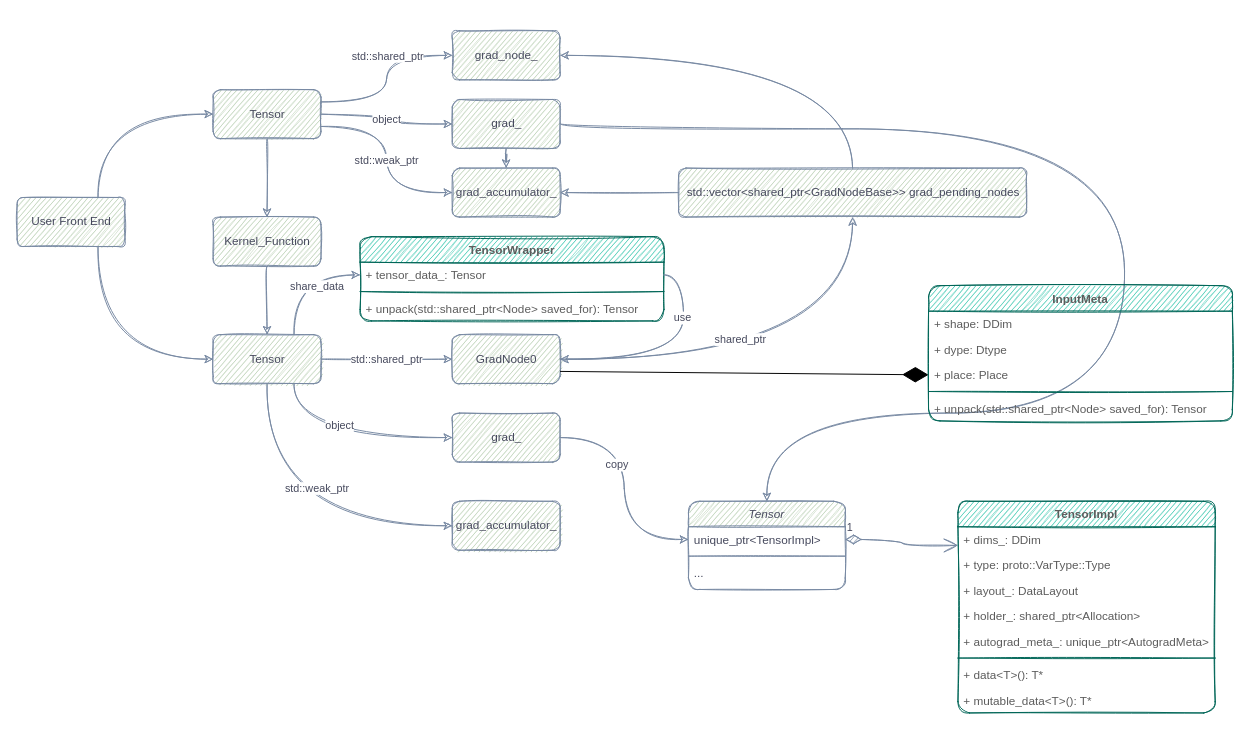
Above: DygraphDepends.drawio in JiabinYang/Doc (draw.io), before the change. Source tidied: cells renumbered, new cells numbered last; positions are measured from the earlier drawing's top-left corner, leaving out a move shared by most shapes. Both pictures are drawn from the tidied source at 98%, with x=0, y=0 at pixel (17, 30).
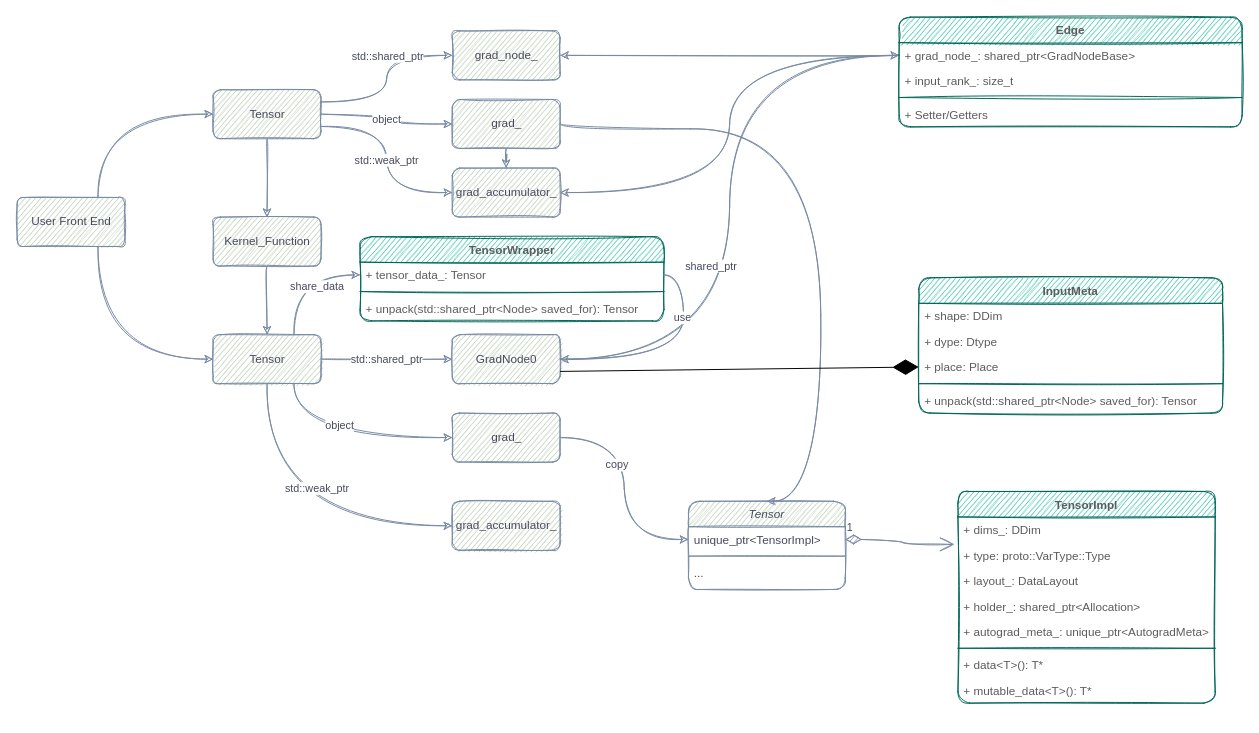
The same diagram, later.

The change refers to these unchanged cells:
```xml
<mxCell id="13" value="GradNode0" style="html=1;rounded=1;sketch=1;fontColor=#46495D;strokeColor=#788AA3;fillColor=#B2C9AB;" parent="1" vertex="1">
  <mxGeometry x="444" y="310" width="110" height="50" as="geometry" />
</mxCell>
<mxCell id="27" value="grad_accumulator_" style="html=1;rounded=1;sketch=1;fontColor=#46495D;strokeColor=#788AA3;fillColor=#B2C9AB;" parent="1" vertex="1">
  <mxGeometry x="444" y="140" width="110" height="50" as="geometry" />
</mxCell>
<mxCell id="29" value="grad_" style="html=1;rounded=1;sketch=1;fontColor=#46495D;strokeColor=#788AA3;fillColor=#B2C9AB;" parent="1" vertex="1">
  <mxGeometry x="444" y="70" width="110" height="50" as="geometry" />
</mxCell>
<mxCell id="30" value="Tensor" style="swimlane;fontStyle=2;align=center;verticalAlign=top;horizontal=1;startSize=26;shadow=0;strokeWidth=1;fillColor=#B2C9AB;strokeColor=#788AA3;fontColor=#46495D;sketch=1;rounded=1;" parent="1" vertex="1">
  <mxGeometry x="685" y="480" width="160" height="90" as="geometry" />
</mxCell>
<mxCell id="31" value="unique_ptr&lt;TensorImpl&gt;" style="text;align=left;verticalAlign=top;spacingLeft=4;spacingRight=4;overflow=hidden;points=[[0,0.5],[1,0.5]];portConstraint=eastwest;shadow=0;html=0;fontColor=#46495D;sketch=1;rounded=1;" parent="30" vertex="1">
  <mxGeometry y="26" width="160" height="26" as="geometry" />
</mxCell>
<mxCell id="42" value="+ type: proto::VarType::Type" style="text;strokeColor=none;fillColor=none;align=left;verticalAlign=top;spacingLeft=4;spacingRight=4;overflow=hidden;points=[[0,0.5],[1,0.5]];portConstraint=eastwest;sketch=1;rounded=1;fontColor=#5C5C5C;" parent="40" vertex="1">
  <mxGeometry y="52" width="262.5" height="26" as="geometry" />
</mxCell>
<mxCell id="55" value="grad_node_" style="html=1;rounded=1;sketch=1;fontColor=#46495D;strokeColor=#788AA3;fillColor=#B2C9AB;" parent="1" vertex="1">
  <mxGeometry x="444" width="110" height="50" as="geometry" />
</mxCell>
```

Diff of the diagram source:
```diff
@@
-    <mxCell id="10" style="edgeStyle=orthogonalEdgeStyle;curved=1;rounded=1;sketch=1;jettySize=auto;html=1;exitX=1;exitY=0.5;exitDx=0;exitDy=0;entryX=0.5;entryY=1;entryDx=0;entryDy=0;fontColor=#46495D;strokeColor=#788AA3;fillColor=#B2C9AB;" parent="1" edge="1" source="13" target="19">
+    <mxCell id="10" style="edgeStyle=orthogonalEdgeStyle;curved=1;rounded=1;sketch=1;jettySize=auto;html=1;exitX=1;exitY=0.5;exitDx=0;exitDy=0;entryX=0;entryY=0.5;entryDx=0;entryDy=0;fontColor=#46495D;strokeColor=#788AA3;fillColor=#B2C9AB;" parent="1" edge="1" source="13" target="64">
       <mxGeometry relative="1" as="geometry" />
     </mxCell>
@@
     <mxCell id="12" style="edgeStyle=orthogonalEdgeStyle;curved=1;rounded=1;sketch=1;jettySize=auto;html=1;exitX=1;exitY=0.5;exitDx=0;exitDy=0;entryX=0.5;entryY=0;entryDx=0;entryDy=0;fontColor=#46495D;strokeColor=#788AA3;fillColor=#B2C9AB;" parent="1" edge="1" source="29" target="30">
       <mxGeometry relative="1" as="geometry">
         <Array as="points">
           <mxPoint x="554" y="100" />
-          <mxPoint x="1130" y="100" />
-          <mxPoint x="1130" y="390" />
-          <mxPoint x="765" y="390" />
+          <mxPoint x="820" y="100" />
+          <mxPoint x="820" y="480" />
         </Array>
       </mxGeometry>
     </mxCell>
@@
-    <mxCell id="17" style="edgeStyle=orthogonalEdgeStyle;curved=1;rounded=1;sketch=1;jettySize=auto;html=1;exitX=0.5;exitY=0;exitDx=0;exitDy=0;entryX=1;entryY=0.5;entryDx=0;entryDy=0;fontColor=#46495D;strokeColor=#788AA3;fillColor=#B2C9AB;" parent="1" edge="1" source="19" target="55">
+    <mxCell id="17" style="edgeStyle=orthogonalEdgeStyle;curved=1;rounded=1;sketch=1;jettySize=auto;html=1;exitX=0;exitY=0.5;exitDx=0;exitDy=0;entryX=1;entryY=0.5;entryDx=0;entryDy=0;fontColor=#46495D;strokeColor=#788AA3;fillColor=#B2C9AB;" parent="1" edge="1" source="64" target="55">
       <mxGeometry relative="1" as="geometry" />
     </mxCell>
-    <mxCell id="18" style="edgeStyle=orthogonalEdgeStyle;curved=1;rounded=1;sketch=1;jettySize=auto;html=1;exitX=0;exitY=0.5;exitDx=0;exitDy=0;entryX=1;entryY=0.5;entryDx=0;entryDy=0;fontColor=#46495D;strokeColor=#788AA3;fillColor=#B2C9AB;" parent="1" edge="1" source="19" target="27">
+    <mxCell id="18" style="edgeStyle=orthogonalEdgeStyle;curved=1;rounded=1;sketch=1;jettySize=auto;html=1;exitX=0;exitY=0.5;exitDx=0;exitDy=0;entryX=1;entryY=0.5;entryDx=0;entryDy=0;fontColor=#46495D;strokeColor=#788AA3;fillColor=#B2C9AB;" parent="1" edge="1" source="64" target="27">
       <mxGeometry relative="1" as="geometry" />
     </mxCell>
-    <mxCell id="19" value="std::vector&amp;lt;shared_ptr&amp;lt;GradNodeBase&amp;gt;&amp;gt; grad_pending_nodes" style="html=1;rounded=1;sketch=1;fontColor=#46495D;strokeColor=#788AA3;fillColor=#B2C9AB;" parent="1" vertex="1">
-      <mxGeometry x="675" y="140" width="355" height="50" as="geometry" />
-    </mxCell>
@@
-    <mxCell id="34" value="1" style="endArrow=open;html=1;endSize=12;startArrow=diamondThin;startSize=14;startFill=1;edgeStyle=orthogonalEdgeStyle;align=left;verticalAlign=bottom;entryX=0;entryY=0.5;entryDx=0;entryDy=0;strokeColor=#788AA3;fontColor=#46495D;curved=1;sketch=1;exitX=1;exitY=0.5;exitDx=0;exitDy=0;" parent="1" edge="1" source="31">
-      <mxGeometry x="-1" y="3" relative="1" as="geometry">
-        <mxPoint x="960" y="525" as="targetPoint" />
-      </mxGeometry>
+    <mxCell id="34" value="1" style="endArrow=open;html=1;endSize=12;startArrow=diamondThin;startSize=14;startFill=1;edgeStyle=orthogonalEdgeStyle;align=left;verticalAlign=bottom;entryX=-0.015;entryY=0.077;entryDx=0;entryDy=0;strokeColor=#788AA3;fontColor=#46495D;curved=1;sketch=1;exitX=1;exitY=0.5;exitDx=0;exitDy=0;entryPerimeter=0;" parent="1" edge="1" source="31" target="42">
+      <mxGeometry x="-1" y="3" relative="1" as="geometry" />
     </mxCell>
@@
     <mxCell id="40" value="TensorImpl" style="swimlane;fontStyle=1;align=center;verticalAlign=top;horizontal=1;startSize=26;sketch=1;rounded=1;fillColor=#21C0A5;strokeColor=#006658;fontColor=#5C5C5C;" parent="1" vertex="1">
-      <mxGeometry x="960" y="480" width="262.5" height="216" as="geometry" />
+      <mxGeometry x="960" y="470" width="262.5" height="216" as="geometry" />
     </mxCell>
@@
     <mxCell id="56" value="InputMeta" style="swimlane;fontStyle=1;align=center;verticalAlign=top;horizontal=1;startSize=26;sketch=1;rounded=1;fillColor=#21C0A5;strokeColor=#006658;fontColor=#5C5C5C;" parent="1" vertex="1">
-      <mxGeometry x="930" y="260" width="310" height="138" as="geometry" />
+      <mxGeometry x="920" y="252" width="310" height="138" as="geometry" />
     </mxCell>
@@
+    <mxCell id="63" value="Edge" style="swimlane;fontStyle=1;align=center;verticalAlign=top;horizontal=1;startSize=26;sketch=1;rounded=1;fillColor=#21C0A5;strokeColor=#006658;fontColor=#5C5C5C;" parent="1" vertex="1">
+      <mxGeometry x="900" y="-14" width="350" height="112" as="geometry" />
+    </mxCell>
+    <mxCell id="64" value="+ grad_node_: shared_ptr&lt;GradNodeBase&gt;" style="text;strokeColor=none;fillColor=none;align=left;verticalAlign=top;spacingLeft=4;spacingRight=4;overflow=hidden;points=[[0,0.5],[1,0.5]];portConstraint=eastwest;sketch=1;rounded=1;fontColor=#5C5C5C;" parent="63" vertex="1">
+      <mxGeometry y="26" width="350" height="26" as="geometry" />
+    </mxCell>
+    <mxCell id="65" value="+ input_rank_: size_t " style="text;strokeColor=none;fillColor=none;align=left;verticalAlign=top;spacingLeft=4;spacingRight=4;overflow=hidden;sketch=1;rounded=1;fontColor=#5C5C5C;" parent="63" vertex="1">
+      <mxGeometry y="52" width="350" height="26" as="geometry" />
+    </mxCell>
+    <mxCell id="66" style="line;strokeWidth=1;fillColor=none;align=left;verticalAlign=middle;spacingTop=-1;spacingLeft=3;spacingRight=3;labelPosition=right;sketch=1;rounded=1;strokeColor=#006658;fontColor=#5C5C5C;" parent="63" vertex="1">
+      <mxGeometry y="78" width="350" height="8" as="geometry" />
+    </mxCell>
+    <mxCell id="67" value="+ Setter/Getters" style="text;strokeColor=none;fillColor=none;align=left;verticalAlign=top;spacingLeft=4;spacingRight=4;overflow=hidden;sketch=1;rounded=1;fontColor=#5C5C5C;" parent="63" vertex="1">
+      <mxGeometry y="86" width="350" height="26" as="geometry" />
+    </mxCell>
```
